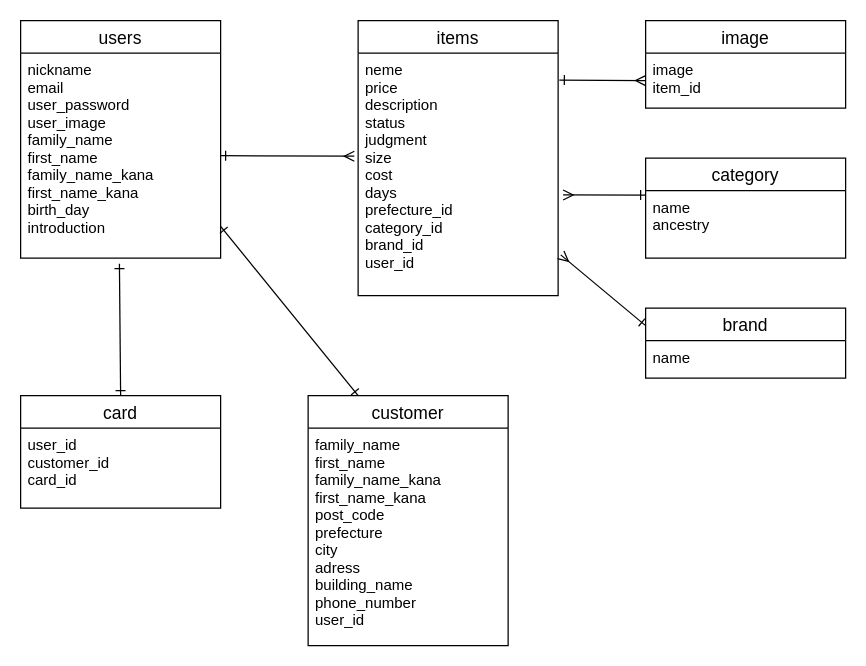
This is app/views/test.dio from maron75/furima-37920, a draw.io file, before an edit. Source tidied: cells renumbered, new cells numbered last; positions are measured from the earlier drawing's top-left corner, leaving out a move shared by most shapes. Both pictures are drawn from the tidied source at 125%, with x=0, y=0 at pixel (20, 20).
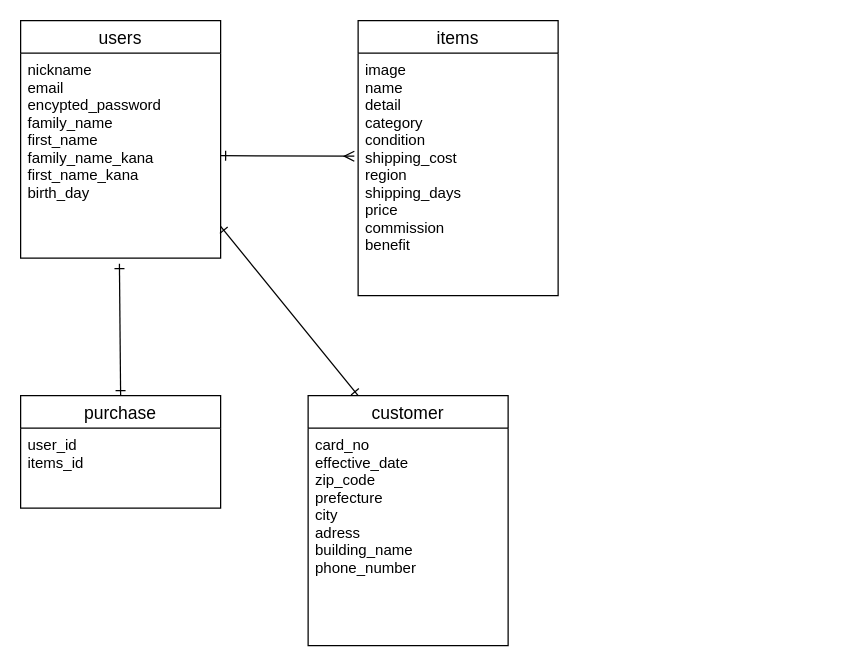
After the change.

Unchanged cells that the change refers to:
```xml
<mxCell id="2" value="users" style="swimlane;fontStyle=0;horizontal=1;startSize=26;align=center;fontSize=14;" parent="1" vertex="1">
  <mxGeometry width="160" height="190" as="geometry" />
</mxCell>
<mxCell id="4" value="items" style="swimlane;fontStyle=0;horizontal=1;startSize=26;align=center;fontSize=14;" parent="1" vertex="1">
  <mxGeometry x="270" width="160" height="220" as="geometry" />
</mxCell>
<mxCell id="8" value="customer" style="swimlane;fontStyle=0;horizontal=1;startSize=26;align=center;fontSize=14;" parent="1" vertex="1">
  <mxGeometry x="230" y="300" width="160" height="200" as="geometry" />
</mxCell>
```

Diff of the diagram source:
```diff
@@
-    <mxCell id="3" value="nickname&#10;email&#10;user_password&#10;user_image&#10;family_name&#10;first_name&#10;family_name_kana&#10;first_name_kana&#10;birth_day&#10;introduction&#10;&#10;" style="text;strokeColor=none;fillColor=none;spacingLeft=4;spacingRight=4;overflow=hidden;points=[[0,0.5],[1,0.5]];portConstraint=eastwest;fontSize=12;" parent="2" vertex="1">
+    <mxCell id="3" value="nickname&#10;email&#10;encypted_password&#10;family_name&#10;first_name&#10;family_name_kana&#10;first_name_kana&#10;birth_day&#10;" style="text;strokeColor=none;fillColor=none;spacingLeft=4;spacingRight=4;overflow=hidden;points=[[0,0.5],[1,0.5]];portConstraint=eastwest;fontSize=12;" parent="2" vertex="1">
       <mxGeometry y="26" width="160" height="164" as="geometry" />
     </mxCell>
@@
-    <mxCell id="5" value="neme&#10;price&#10;description&#10;status&#10;judgment&#10;size&#10;cost&#10;days&#10;prefecture_id&#10;category_id&#10;brand_id&#10;user_id" style="text;strokeColor=none;fillColor=none;spacingLeft=4;spacingRight=4;overflow=hidden;points=[[0,0.5],[1,0.5]];portConstraint=eastwest;fontSize=12;" parent="4" vertex="1">
+    <mxCell id="5" value="image&#10;name&#10;detail&#10;category&#10;condition&#10;shipping_cost&#10;region&#10;shipping_days&#10;price&#10;commission&#10;benefit" style="text;strokeColor=none;fillColor=none;spacingLeft=4;spacingRight=4;overflow=hidden;points=[[0,0.5],[1,0.5]];portConstraint=eastwest;fontSize=12;" parent="4" vertex="1">
       <mxGeometry y="26" width="160" height="194" as="geometry" />
     </mxCell>
-    <mxCell id="6" value="card" style="swimlane;fontStyle=0;horizontal=1;startSize=26;align=center;fontSize=14;" parent="1" vertex="1">
+    <mxCell id="6" value="purchase" style="swimlane;fontStyle=0;horizontal=1;startSize=26;align=center;fontSize=14;" parent="1" vertex="1">
       <mxGeometry y="300" width="160" height="90" as="geometry" />
     </mxCell>
-    <mxCell id="7" value="user_id&#10;customer_id&#10;card_id" style="text;strokeColor=none;fillColor=none;spacingLeft=4;spacingRight=4;overflow=hidden;fontSize=12;" parent="6" vertex="1">
+    <mxCell id="7" value="user_id&#10;items_id" style="text;strokeColor=none;fillColor=none;spacingLeft=4;spacingRight=4;overflow=hidden;fontSize=12;" parent="6" vertex="1">
       <mxGeometry y="26" width="160" height="64" as="geometry" />
     </mxCell>
@@
-    <mxCell id="9" value="family_name&#10;first_name&#10;family_name_kana&#10;first_name_kana&#10;post_code&#10;prefecture&#10;city&#10;adress&#10;building_name&#10;phone_number&#10;user_id" style="text;strokeColor=none;fillColor=none;spacingLeft=4;spacingRight=4;overflow=hidden;fontSize=12;" parent="8" vertex="1">
+    <mxCell id="9" value="card_no&#10;effective_date&#10;zip_code&#10;prefecture&#10;city&#10;adress&#10;building_name&#10;phone_number&#10;" style="text;strokeColor=none;fillColor=none;spacingLeft=4;spacingRight=4;overflow=hidden;fontSize=12;" parent="8" vertex="1">
       <mxGeometry y="26" width="160" height="174" as="geometry" />
     </mxCell>
-    <mxCell id="10" value="image" style="swimlane;fontStyle=0;horizontal=1;startSize=26;align=center;fontSize=14;" parent="1" vertex="1">
-      <mxGeometry x="500" width="160" height="70" as="geometry" />
-    </mxCell>
-    <mxCell id="11" value="image&#10;item_id" style="text;strokeColor=none;fillColor=none;spacingLeft=4;spacingRight=4;overflow=hidden;points=[[0,0.5],[1,0.5]];portConstraint=eastwest;fontSize=12;" parent="10" vertex="1">
-      <mxGeometry y="26" width="160" height="44" as="geometry" />
-    </mxCell>
-    <mxCell id="12" value="category" style="swimlane;fontStyle=0;horizontal=1;startSize=26;align=center;fontSize=14;" parent="1" vertex="1">
-      <mxGeometry x="500" y="110" width="160" height="80" as="geometry" />
-    </mxCell>
-    <mxCell id="13" value="name&#10;ancestry" style="text;strokeColor=none;fillColor=none;spacingLeft=4;spacingRight=4;overflow=hidden;points=[[0,0.5],[1,0.5]];portConstraint=eastwest;fontSize=12;" parent="12" vertex="1">
-      <mxGeometry y="26" width="160" height="54" as="geometry" />
-    </mxCell>
-    <mxCell id="14" value="brand" style="swimlane;fontStyle=0;horizontal=1;startSize=26;align=center;fontSize=14;" parent="1" vertex="1">
-      <mxGeometry x="500" y="230" width="160" height="56" as="geometry" />
-    </mxCell>
-    <mxCell id="15" value="name" style="text;strokeColor=none;fillColor=none;spacingLeft=4;spacingRight=4;overflow=hidden;fontSize=12;" parent="14" vertex="1">
-      <mxGeometry y="26" width="160" height="30" as="geometry" />
-    </mxCell>
@@
-    <mxCell id="19" style="endArrow=ERmany;html=1;rounded=0;strokeColor=default;exitX=1.006;exitY=0.111;exitDx=0;exitDy=0;exitPerimeter=0;entryX=0;entryY=0.5;entryDx=0;entryDy=0;startArrow=ERone;startFill=0;endFill=0;" parent="1" edge="1" source="5" target="11">
-      <mxGeometry relative="1" as="geometry" />
-    </mxCell>
-    <mxCell id="20" style="endArrow=ERone;html=1;rounded=0;strokeColor=default;exitX=1.025;exitY=0.585;exitDx=0;exitDy=0;exitPerimeter=0;entryX=0;entryY=0.065;entryDx=0;entryDy=0;entryPerimeter=0;startArrow=ERmany;startFill=0;endFill=0;" parent="1" edge="1" source="5" target="13">
-      <mxGeometry relative="1" as="geometry" />
-    </mxCell>
-    <mxCell id="21" style="endArrow=ERone;html=1;rounded=0;strokeColor=default;exitX=1.013;exitY=0.832;exitDx=0;exitDy=0;exitPerimeter=0;entryX=0;entryY=0.25;entryDx=0;entryDy=0;startArrow=ERmany;startFill=0;endFill=0;" parent="1" edge="1" source="5" target="14">
-      <mxGeometry relative="1" as="geometry" />
-    </mxCell>
```
